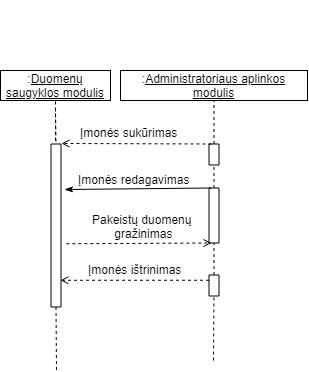
Before: Diagramos/imones sukūrimas, ištrinimas pakeitimas.png, a diagram exported from draw.io (MantasSebeika/Bakalauras). Source tidied: cells renumbered, new cells last; positions are measured from the earlier drawing's top-left corner, leaving out a move shared by most shapes. Source of this version:
```xml
<mxGraphModel>
  <root>
    <mxCell id="0" />
    <mxCell id="1" parent="0" />
    <mxCell id="2" value=":&lt;u&gt;Duomenų saugyklos modulis&lt;/u&gt;" style="rounded=0;whiteSpace=wrap;html=1;fillColor=none;" parent="1" vertex="1">
      <mxGeometry x="26" y="70" width="110" height="30" as="geometry" />
    </mxCell>
    <mxCell id="3" style="group;" parent="1" vertex="1">
      <mxGeometry x="146" width="187" height="100" as="geometry" />
    </mxCell>
    <mxCell id="4" value=":&lt;u&gt;Administratoriaus aplinkos modulis&lt;/u&gt;" style="rounded=0;whiteSpace=wrap;html=1;fillColor=none;" parent="3" vertex="1">
      <mxGeometry y="70" width="187" height="30" as="geometry" />
    </mxCell>
    <mxCell id="5" style="endArrow=none;dashed=1;html=1;entryX=0.5;entryY=1;entryDx=0;entryDy=0;exitX=1;exitY=0.5;exitDx=0;exitDy=0;" parent="1" edge="1" target="2">
      <mxGeometry relative="1" as="geometry">
        <mxPoint x="81" y="140" as="sourcePoint" />
      </mxGeometry>
    </mxCell>
    <mxCell id="6" style="rounded=0;whiteSpace=wrap;html=1;fillColor=#ffffff;rotation=-90;" parent="1" vertex="1">
      <mxGeometry y="220" width="163" height="10" as="geometry" />
    </mxCell>
    <mxCell id="7" style="rounded=0;whiteSpace=wrap;html=1;fillColor=#ffffff;rotation=-90;" parent="1" vertex="1">
      <mxGeometry x="229" y="149" width="21" height="10" as="geometry" />
    </mxCell>
    <mxCell id="8" style="endArrow=none;dashed=1;html=1;exitX=0;exitY=0.5;exitDx=0;exitDy=0;entryX=1;entryY=0.5;entryDx=0;entryDy=0;" parent="1" edge="1" target="6">
      <mxGeometry relative="1" as="geometry">
        <mxPoint x="81" y="108" as="sourcePoint" />
      </mxGeometry>
    </mxCell>
    <mxCell id="9" style="endArrow=none;dashed=1;html=1;exitX=0;exitY=0.5;exitDx=0;exitDy=0;" parent="1" edge="1" source="6">
      <mxGeometry relative="1" as="geometry">
        <mxPoint x="82" y="370" as="targetPoint" />
      </mxGeometry>
    </mxCell>
    <mxCell id="10" style="endArrow=none;dashed=1;html=1;entryX=0;entryY=0.5;entryDx=0;entryDy=0;" parent="1" edge="1" source="14" target="7">
      <mxGeometry relative="1" as="geometry" />
    </mxCell>
    <mxCell id="11" style="endArrow=none;dashed=1;html=1;entryX=0.5;entryY=1;entryDx=0;entryDy=0;exitX=1;exitY=0.5;exitDx=0;exitDy=0;" parent="1" edge="1" source="7" target="4">
      <mxGeometry relative="1" as="geometry" />
    </mxCell>
    <mxCell id="12" style="endArrow=open;html=1;exitX=1;exitY=0.25;exitDx=0;exitDy=0;endFill=0;dashed=1;" parent="1" edge="1" source="7">
      <mxGeometry relative="1" as="geometry">
        <mxPoint x="87" y="143" as="targetPoint" />
      </mxGeometry>
    </mxCell>
    <mxCell id="13" value="Įmonės sukūrimas" style="text;html=1;align=left;verticalAlign=top;spacingTop=-4;" parent="1" vertex="1">
      <mxGeometry x="104" y="123" width="110" height="20" as="geometry" />
    </mxCell>
    <mxCell id="14" style="rounded=0;whiteSpace=wrap;html=1;fillColor=#ffffff;rotation=-90;" parent="1" vertex="1">
      <mxGeometry x="212" y="210" width="55" height="10" as="geometry" />
    </mxCell>
    <mxCell id="15" style="endArrow=none;dashed=1;html=1;entryX=0;entryY=0.5;entryDx=0;entryDy=0;" parent="1" edge="1" source="20" target="14">
      <mxGeometry relative="1" as="geometry" />
    </mxCell>
    <mxCell id="16" style="endArrow=classicThin;html=1;exitX=1;exitY=0.25;exitDx=0;exitDy=0;endFill=1;verticalAlign=middle;" parent="1" edge="1" source="14">
      <mxGeometry relative="1" as="geometry">
        <mxPoint x="90" y="189" as="targetPoint" />
      </mxGeometry>
    </mxCell>
    <mxCell id="17" value="Įmonės redagavimas" style="text;html=1;align=left;verticalAlign=top;spacingTop=-4;" parent="1" vertex="1">
      <mxGeometry x="102" y="170" width="130" height="20" as="geometry" />
    </mxCell>
    <mxCell id="18" style="endArrow=open;html=1;exitX=0.388;exitY=1.534;exitDx=0;exitDy=0;endFill=0;dashed=1;entryX=0;entryY=0.25;entryDx=0;entryDy=0;exitPerimeter=0;" parent="1" edge="1" source="6" target="14">
      <mxGeometry relative="1" as="geometry" />
    </mxCell>
    <mxCell id="19" value="Pakeistų duomenų &lt;br&gt;gražinimas" style="text;html=1;align=center;verticalAlign=top;spacingTop=-4;" parent="1" vertex="1">
      <mxGeometry x="112" y="210" width="110" height="30" as="geometry" />
    </mxCell>
    <mxCell id="20" style="rounded=0;whiteSpace=wrap;html=1;fillColor=#ffffff;rotation=-90;" parent="1" vertex="1">
      <mxGeometry x="229" y="280" width="21" height="10" as="geometry" />
    </mxCell>
    <mxCell id="21" style="endArrow=none;dashed=1;html=1;entryX=0;entryY=0.5;entryDx=0;entryDy=0;" parent="1" edge="1" target="20">
      <mxGeometry relative="1" as="geometry">
        <mxPoint x="239" y="360" as="sourcePoint" />
      </mxGeometry>
    </mxCell>
    <mxCell id="22" style="endArrow=open;html=1;exitX=0.75;exitY=0;exitDx=0;exitDy=0;endFill=0;dashed=1;entryX=0.164;entryY=0.95;entryDx=0;entryDy=0;entryPerimeter=0;" parent="1" edge="1" source="20" target="6">
      <mxGeometry relative="1" as="geometry" />
    </mxCell>
    <mxCell id="23" value="Įmonės ištrinimas" style="text;html=1;align=left;verticalAlign=top;spacingTop=-4;" parent="1" vertex="1">
      <mxGeometry x="112" y="260" width="110" height="20" as="geometry" />
    </mxCell>
  </root>
</mxGraphModel>
```
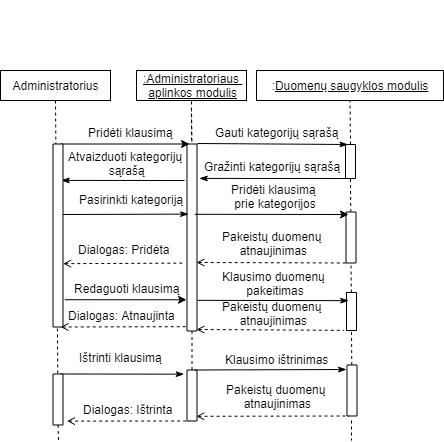
Above is the later version.

Diff of the diagram source:
```diff
@@ -2,13 +2,13 @@
   <root>
     <mxCell id="0" />
     <mxCell id="1" parent="0" />
-    <mxCell id="2" value=":&lt;u&gt;Duomenų saugyklos modulis&lt;/u&gt;" style="rounded=0;whiteSpace=wrap;html=1;fillColor=none;" parent="1" vertex="1">
+    <mxCell id="2" value="&lt;span style=&quot;text-align: left ; white-space: nowrap&quot;&gt;&lt;u&gt;:Administratoriaus &lt;br&gt;aplinkos modulis&lt;/u&gt;&lt;/span&gt;" style="rounded=0;whiteSpace=wrap;html=1;fillColor=none;" parent="1" vertex="1">
       <mxGeometry x="26" y="70" width="110" height="30" as="geometry" />
     </mxCell>
     <mxCell id="3" style="group;" parent="1" vertex="1">
       <mxGeometry x="146" width="187" height="100" as="geometry" />
     </mxCell>
-    <mxCell id="4" value=":&lt;u&gt;Administratoriaus aplinkos modulis&lt;/u&gt;" style="rounded=0;whiteSpace=wrap;html=1;fillColor=none;" parent="3" vertex="1">
+    <mxCell id="4" value=":&lt;u&gt;Duomenų saugyklos modulis&lt;/u&gt;" style="rounded=0;whiteSpace=wrap;html=1;fillColor=none;" parent="3" vertex="1">
       <mxGeometry y="70" width="187" height="30" as="geometry" />
     </mxCell>
     <mxCell id="5" style="endArrow=none;dashed=1;html=1;entryX=0.5;entryY=1;entryDx=0;entryDy=0;exitX=1;exitY=0.5;exitDx=0;exitDy=0;" parent="1" edge="1" target="2">
@@ -17,19 +17,19 @@
       </mxGeometry>
     </mxCell>
     <mxCell id="6" style="rounded=0;whiteSpace=wrap;html=1;fillColor=#ffffff;rotation=-90;" parent="1" vertex="1">
-      <mxGeometry y="220" width="163" height="10" as="geometry" />
+      <mxGeometry x="-12" y="232" width="187" height="10" as="geometry" />
     </mxCell>
     <mxCell id="7" style="rounded=0;whiteSpace=wrap;html=1;fillColor=#ffffff;rotation=-90;" parent="1" vertex="1">
-      <mxGeometry x="229" y="149" width="21" height="10" as="geometry" />
+      <mxGeometry x="223" y="156" width="34" height="10" as="geometry" />
     </mxCell>
     <mxCell id="8" style="endArrow=none;dashed=1;html=1;exitX=0;exitY=0.5;exitDx=0;exitDy=0;entryX=1;entryY=0.5;entryDx=0;entryDy=0;" parent="1" edge="1" target="6">
       <mxGeometry relative="1" as="geometry">
         <mxPoint x="81" y="108" as="sourcePoint" />
       </mxGeometry>
     </mxCell>
-    <mxCell id="9" style="endArrow=none;dashed=1;html=1;exitX=0;exitY=0.5;exitDx=0;exitDy=0;" parent="1" edge="1" source="6">
+    <mxCell id="9" style="endArrow=none;dashed=1;html=1;exitX=0;exitY=0.5;exitDx=0;exitDy=0;" parent="1" edge="1" source="46">
       <mxGeometry relative="1" as="geometry">
-        <mxPoint x="82" y="370" as="targetPoint" />
+        <mxPoint x="82" y="410" as="targetPoint" />
       </mxGeometry>
     </mxCell>
     <mxCell id="10" style="endArrow=none;dashed=1;html=1;entryX=0;entryY=0.5;entryDx=0;entryDy=0;" parent="1" edge="1" source="14" target="7">
@@ -38,47 +38,159 @@
     <mxCell id="11" style="endArrow=none;dashed=1;html=1;entryX=0.5;entryY=1;entryDx=0;entryDy=0;exitX=1;exitY=0.5;exitDx=0;exitDy=0;" parent="1" edge="1" source="7" target="4">
       <mxGeometry relative="1" as="geometry" />
     </mxCell>
-    <mxCell id="12" style="endArrow=open;html=1;exitX=1;exitY=0.25;exitDx=0;exitDy=0;endFill=0;dashed=1;" parent="1" edge="1" source="7">
+    <mxCell id="12" style="endArrow=none;html=1;exitX=1;exitY=0.25;exitDx=0;exitDy=0;endFill=0;startArrow=classicThin;startFill=1;" parent="1" edge="1" source="7">
       <mxGeometry relative="1" as="geometry">
         <mxPoint x="87" y="143" as="targetPoint" />
       </mxGeometry>
     </mxCell>
-    <mxCell id="13" value="Įmonės sukūrimas" style="text;html=1;align=left;verticalAlign=top;spacingTop=-4;" parent="1" vertex="1">
-      <mxGeometry x="104" y="123" width="110" height="20" as="geometry" />
+    <mxCell id="13" value="Gauti kategorijų sąrašą" style="text;html=1;align=left;verticalAlign=top;spacingTop=-4;" parent="1" vertex="1">
+      <mxGeometry x="103" y="123" width="140" height="20" as="geometry" />
     </mxCell>
     <mxCell id="14" style="rounded=0;whiteSpace=wrap;html=1;fillColor=#ffffff;rotation=-90;" parent="1" vertex="1">
-      <mxGeometry x="212" y="210" width="55" height="10" as="geometry" />
+      <mxGeometry x="215" y="232" width="51" height="10" as="geometry" />
     </mxCell>
     <mxCell id="15" style="endArrow=none;dashed=1;html=1;entryX=0;entryY=0.5;entryDx=0;entryDy=0;" parent="1" edge="1" source="20" target="14">
       <mxGeometry relative="1" as="geometry" />
     </mxCell>
-    <mxCell id="16" style="endArrow=classicThin;html=1;exitX=1;exitY=0.25;exitDx=0;exitDy=0;endFill=1;verticalAlign=middle;" parent="1" edge="1" source="14">
+    <mxCell id="16" style="endArrow=none;html=1;endFill=0;verticalAlign=middle;startArrow=classic;startFill=1;entryX=0.624;entryY=0.772;entryDx=0;entryDy=0;entryPerimeter=0;" parent="1" edge="1" target="6">
       <mxGeometry relative="1" as="geometry">
-        <mxPoint x="90" y="189" as="targetPoint" />
+        <mxPoint x="238" y="214" as="sourcePoint" />
       </mxGeometry>
     </mxCell>
-    <mxCell id="17" value="Įmonės redagavimas" style="text;html=1;align=left;verticalAlign=top;spacingTop=-4;" parent="1" vertex="1">
-      <mxGeometry x="102" y="170" width="130" height="20" as="geometry" />
+    <mxCell id="17" value="Pridėti klausimą&amp;nbsp;&lt;br&gt;prie kategorijos" style="text;html=1;align=center;verticalAlign=top;spacingTop=-4;" parent="1" vertex="1">
+      <mxGeometry x="115" y="180" width="100" height="30" as="geometry" />
     </mxCell>
-    <mxCell id="18" style="endArrow=open;html=1;exitX=0.388;exitY=1.534;exitDx=0;exitDy=0;endFill=0;dashed=1;entryX=0;entryY=0.25;entryDx=0;entryDy=0;exitPerimeter=0;" parent="1" edge="1" source="6" target="14">
-      <mxGeometry relative="1" as="geometry" />
+    <mxCell id="18" style="endArrow=none;html=1;endFill=0;dashed=1;entryX=0;entryY=0.25;entryDx=0;entryDy=0;startArrow=open;startFill=0;" parent="1" edge="1" target="14">
+      <mxGeometry relative="1" as="geometry">
+        <mxPoint x="86" y="262" as="sourcePoint" />
+      </mxGeometry>
     </mxCell>
-    <mxCell id="19" value="Pakeistų duomenų &lt;br&gt;gražinimas" style="text;html=1;align=center;verticalAlign=top;spacingTop=-4;" parent="1" vertex="1">
-      <mxGeometry x="112" y="210" width="110" height="30" as="geometry" />
+    <mxCell id="19" value="Pakeistų duomenų &lt;br&gt;atnaujinimas" style="text;html=1;align=center;verticalAlign=top;spacingTop=-4;" parent="1" vertex="1">
+      <mxGeometry x="106" y="227" width="110" height="30" as="geometry" />
     </mxCell>
     <mxCell id="20" style="rounded=0;whiteSpace=wrap;html=1;fillColor=#ffffff;rotation=-90;" parent="1" vertex="1">
-      <mxGeometry x="229" y="280" width="21" height="10" as="geometry" />
+      <mxGeometry x="222" y="306" width="38" height="10" as="geometry" />
     </mxCell>
-    <mxCell id="21" style="endArrow=none;dashed=1;html=1;entryX=0;entryY=0.5;entryDx=0;entryDy=0;" parent="1" edge="1" target="20">
-      <mxGeometry relative="1" as="geometry">
-        <mxPoint x="239" y="360" as="sourcePoint" />
-      </mxGeometry>
+    <mxCell id="21" style="endArrow=none;dashed=1;html=1;entryX=0;entryY=0.5;entryDx=0;entryDy=0;" parent="1" edge="1" source="48" target="20">
+      <mxGeometry relative="1" as="geometry" />
     </mxCell>
+    <mxCell id="24" value="Administratorius" style="rounded=0;whiteSpace=wrap;html=1;fillColor=none;" parent="1" vertex="1">
+      <mxGeometry x="-110" y="70" width="110" height="30" as="geometry" />
+    </mxCell>
+    <mxCell id="25" style="endArrow=classic;html=1;exitX=1;exitY=0.75;exitDx=0;exitDy=0;entryX=1;entryY=0.25;entryDx=0;entryDy=0;" parent="1" edge="1" source="45" target="6">
+      <mxGeometry relative="1" as="geometry" />
+    </mxCell>
+    <mxCell id="26" value="Pridėti klausimą" style="text;html=1;align=left;verticalAlign=top;spacingTop=-4;" parent="1" vertex="1">
+      <mxGeometry x="-24" y="123" width="100" height="20" as="geometry" />
+    </mxCell>
+    <mxCell id="27" style="endArrow=classicThin;html=1;exitX=0;exitY=0.25;exitDx=0;exitDy=0;endFill=1;entryX=0.816;entryY=1.233;entryDx=0;entryDy=0;entryPerimeter=0;" parent="1" edge="1" source="7" target="6">
+      <mxGeometry relative="1" as="geometry" />
+    </mxCell>
+    <mxCell id="28" style="endArrow=classicThin;html=1;endFill=1;entryX=0.801;entryY=0.823;entryDx=0;entryDy=0;entryPerimeter=0;" parent="1" edge="1" target="45">
+      <mxGeometry relative="1" as="geometry">
+        <mxPoint x="74" y="180" as="sourcePoint" />
+      </mxGeometry>
+    </mxCell>
+    <mxCell id="29" value="Gražinti kategorijų sąrašą" style="text;html=1;align=center;verticalAlign=top;spacingTop=-4;" parent="1" vertex="1">
+      <mxGeometry x="86.5" y="156.5" width="150" height="20" as="geometry" />
+    </mxCell>
+    <mxCell id="30" style="endArrow=classicThin;html=1;endFill=1;verticalAlign=middle;entryX=0.625;entryY=0.153;entryDx=0;entryDy=0;entryPerimeter=0;" parent="1" edge="1" target="6">
+      <mxGeometry relative="1" as="geometry">
+        <mxPoint x="-49" y="214" as="sourcePoint" />
+      </mxGeometry>
+    </mxCell>
+    <mxCell id="31" value="Pasirinkti kategoriją" style="text;html=1;align=left;verticalAlign=top;spacingTop=-4;" parent="1" vertex="1">
+      <mxGeometry x="-33.5" y="190" width="120" height="20" as="geometry" />
+    </mxCell>
+    <mxCell id="32" style="endArrow=none;html=1;endFill=0;dashed=1;entryX=0.363;entryY=-0.164;entryDx=0;entryDy=0;startArrow=open;startFill=0;entryPerimeter=0;exitX=0.346;exitY=1.01;exitDx=0;exitDy=0;exitPerimeter=0;" parent="1" edge="1" source="45" target="6">
+      <mxGeometry relative="1" as="geometry" />
+    </mxCell>
+    <mxCell id="33" value="Dialogas: Pridėta" style="text;html=1;align=left;verticalAlign=top;spacingTop=-4;" parent="1" vertex="1">
+      <mxGeometry x="-34" y="240" width="110" height="20" as="geometry" />
+    </mxCell>
+    <mxCell id="34" style="endArrow=classic;html=1;exitX=0.149;exitY=1.171;exitDx=0;exitDy=0;exitPerimeter=0;entryX=0.167;entryY=-0.05;entryDx=0;entryDy=0;entryPerimeter=0;" parent="1" edge="1" source="45" target="6">
+      <mxGeometry relative="1" as="geometry" />
+    </mxCell>
+    <mxCell id="35" value="Redaguoti klausimą&amp;nbsp;" style="text;html=1;" parent="1" vertex="1">
+      <mxGeometry x="-38.5" y="275" width="70" height="30" as="geometry" />
+    </mxCell>
-    <mxCell id="22" style="endArrow=open;html=1;exitX=0.75;exitY=0;exitDx=0;exitDy=0;endFill=0;dashed=1;entryX=0.164;entryY=0.95;entryDx=0;entryDy=0;entryPerimeter=0;" parent="1" edge="1" source="20" target="6">
+    <mxCell id="22" style="endArrow=none;html=1;endFill=0;startArrow=classicThin;startFill=1;entryX=0.164;entryY=1.058;entryDx=0;entryDy=0;entryPerimeter=0;exitX=0.785;exitY=0.214;exitDx=0;exitDy=0;exitPerimeter=0;" parent="1" edge="1" source="20" target="6">
       <mxGeometry relative="1" as="geometry" />
     </mxCell>
-    <mxCell id="23" value="Įmonės ištrinimas" style="text;html=1;align=left;verticalAlign=top;spacingTop=-4;" parent="1" vertex="1">
-      <mxGeometry x="112" y="260" width="110" height="20" as="geometry" />
-    </mxCell>
+    <mxCell id="36" value="Klausimo duomenų &lt;br&gt;pakeitimas" style="text;html=1;align=center;verticalAlign=top;spacingTop=-4;" parent="1" vertex="1">
+      <mxGeometry x="103" y="267" width="120" height="30" as="geometry" />
+    </mxCell>
+    <mxCell id="37" style="endArrow=none;html=1;endFill=0;dashed=1;entryX=0.004;entryY=-0.24;entryDx=0;entryDy=0;startArrow=open;startFill=0;entryPerimeter=0;" parent="1" edge="1" target="20">
+      <mxGeometry relative="1" as="geometry">
+        <mxPoint x="86" y="329" as="sourcePoint" />
+      </mxGeometry>
+    </mxCell>
+    <mxCell id="38" value="Pakeistų duomenų &lt;br&gt;atnaujinimas" style="text;html=1;align=center;verticalAlign=top;spacingTop=-4;" parent="1" vertex="1">
+      <mxGeometry x="106" y="297" width="110" height="30" as="geometry" />
+    </mxCell>
+    <mxCell id="39" style="endArrow=none;html=1;endFill=0;dashed=1;entryX=0.023;entryY=0.001;entryDx=0;entryDy=0;startArrow=open;startFill=0;exitX=0;exitY=0.75;exitDx=0;exitDy=0;entryPerimeter=0;" parent="1" edge="1" source="45" target="6">
+      <mxGeometry relative="1" as="geometry" />
+    </mxCell>
+    <mxCell id="40" value="Dialogas: Atnaujinta" style="text;html=1;align=left;verticalAlign=top;spacingTop=-4;" parent="1" vertex="1">
+      <mxGeometry x="-44" y="306" width="120" height="20" as="geometry" />
+    </mxCell>
+    <mxCell id="41" value="Atvaizduoti kategorijų&amp;nbsp;&lt;br&gt;sąrašą" style="text;html=1;align=center;verticalAlign=top;spacingTop=-4;" parent="1" vertex="1">
+      <mxGeometry x="-49" y="146.5" width="130" height="30" as="geometry" />
+    </mxCell>
+    <mxCell id="42" style="rounded=0;jettySize=auto;html=1;exitX=1;exitY=0.75;exitDx=0;exitDy=0;entryX=0.918;entryY=-0.283;entryDx=0;entryDy=0;entryPerimeter=0;startArrow=none;startFill=0;endArrow=classicThin;endFill=1;" parent="1" edge="1" source="43" target="46">
+      <mxGeometry relative="1" as="geometry" />
+    </mxCell>
+    <mxCell id="43" style="rounded=0;whiteSpace=wrap;html=1;fillColor=#ffffff;rotation=-90;" parent="1" vertex="1">
+      <mxGeometry x="-78" y="394" width="51" height="10" as="geometry" />
+    </mxCell>
+    <mxCell id="44" style="endArrow=none;dashed=1;html=1;exitX=0.5;exitY=1;exitDx=0;exitDy=0;" parent="1" edge="1" source="24" target="43">
+      <mxGeometry relative="1" as="geometry" />
+    </mxCell>
+    <mxCell id="45" style="rounded=0;whiteSpace=wrap;html=1;fillColor=#ffffff;rotation=-90;" parent="1" vertex="1">
+      <mxGeometry x="-144" y="230" width="183" height="10" as="geometry" />
+    </mxCell>
+    <mxCell id="46" style="rounded=0;whiteSpace=wrap;html=1;fillColor=#ffffff;rotation=-90;" parent="1" vertex="1">
+      <mxGeometry x="56" y="390" width="51" height="10" as="geometry" />
+    </mxCell>
+    <mxCell id="47" style="endArrow=none;dashed=1;html=1;exitX=0;exitY=0.5;exitDx=0;exitDy=0;" parent="1" edge="1" source="6" target="46">
+      <mxGeometry relative="1" as="geometry" />
+    </mxCell>
+    <mxCell id="48" style="rounded=0;whiteSpace=wrap;html=1;fillColor=#ffffff;rotation=-90;" parent="1" vertex="1">
+      <mxGeometry x="216" y="385" width="51" height="10" as="geometry" />
+    </mxCell>
+    <mxCell id="49" style="endArrow=none;dashed=1;html=1;" parent="1" edge="1">
+      <mxGeometry relative="1" as="geometry">
+        <mxPoint x="241" y="420" as="sourcePoint" />
+        <mxPoint x="241" y="440" as="targetPoint" />
+      </mxGeometry>
+    </mxCell>
+    <mxCell id="50" style="endArrow=none;dashed=1;html=1;exitX=0;exitY=0.5;exitDx=0;exitDy=0;" parent="1" edge="1" source="43">
+      <mxGeometry relative="1" as="geometry">
+        <mxPoint x="-52" y="440" as="targetPoint" />
+      </mxGeometry>
+    </mxCell>
+    <mxCell id="51" value="Ištrinti klausimą" style="text;html=1;align=left;verticalAlign=top;spacingTop=-4;" parent="1" vertex="1">
+      <mxGeometry x="-33.5" y="348" width="100" height="20" as="geometry" />
+    </mxCell>
+    <mxCell id="52" style="rounded=0;jettySize=auto;html=1;exitX=1;exitY=0.75;exitDx=0;exitDy=0;startArrow=none;startFill=0;endArrow=classicThin;endFill=1;" parent="1" edge="1" source="46">
+      <mxGeometry relative="1" as="geometry">
+        <mxPoint x="236" y="369" as="targetPoint" />
+      </mxGeometry>
+    </mxCell>
+    <mxCell id="53" value="Klausimo ištrinimas" style="text;html=1;align=left;verticalAlign=top;spacingTop=-4;" parent="1" vertex="1">
+      <mxGeometry x="113" y="350" width="120" height="20" as="geometry" />
+    </mxCell>
+    <mxCell id="54" style="endArrow=none;html=1;endFill=0;dashed=1;entryX=0;entryY=0.25;entryDx=0;entryDy=0;startArrow=open;startFill=0;exitX=0.092;exitY=0.93;exitDx=0;exitDy=0;exitPerimeter=0;" parent="1" edge="1" source="46" target="48">
+      <mxGeometry relative="1" as="geometry" />
+    </mxCell>
+    <mxCell id="55" value="Pakeistų duomenų &lt;br&gt;atnaujinimas" style="text;html=1;align=center;verticalAlign=top;spacingTop=-4;" parent="1" vertex="1">
+      <mxGeometry x="110" y="380" width="110" height="30" as="geometry" />
+    </mxCell>
+    <mxCell id="56" value="Dialogas: Ištrinta" style="text;html=1;align=left;verticalAlign=top;spacingTop=-4;" parent="1" vertex="1">
+      <mxGeometry x="-29" y="400" width="100" height="20" as="geometry" />
+    </mxCell>
+    <mxCell id="57" style="endArrow=none;html=1;endFill=0;dashed=1;entryX=0;entryY=0.25;entryDx=0;entryDy=0;startArrow=open;startFill=0;exitX=0.076;exitY=1.394;exitDx=0;exitDy=0;exitPerimeter=0;" parent="1" edge="1" source="43" target="46">
+      <mxGeometry relative="1" as="geometry" />
+    </mxCell>
   </root>
 </mxGraphModel>
```
